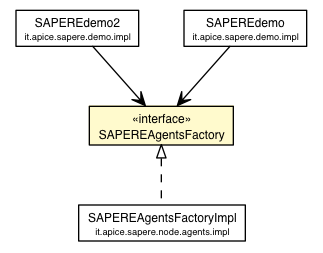
This is deployed-site/apidocs/it/apice/sapere/api/node/agents/SAPEREAgentsFactory.png from DanySK/Legacy-Contessi-Thesis-Semantic-Web-SAPERE, a Graphviz export, as it was before one commit. Its source is kept beside it as deployed-site/apidocs/it/apice/sapere/api/node/agents/SAPEREAgentsFactory.dot. The source it was exported from:
```dot

digraph G {
	edge [fontname="Helvetica",fontsize=10,labelfontname="Helvetica",labelfontsize=10];
	node [fontname="Helvetica",fontsize=10,shape=plaintext];
	c36608 [label=<<table border="0" cellborder="1" cellspacing="0" cellpadding="2" port="p" bgcolor="lemonChiffon" href="./SAPEREAgentsFactory.html">
		<tr><td><table border="0" cellspacing="0" cellpadding="1">
			<tr><td> &laquo;interface&raquo; </td></tr>
			<tr><td> SAPEREAgentsFactory </td></tr>
		</table></td></tr>
		</table>>, fontname="Helvetica", fontcolor="black", fontsize=9.0];
	c36725 [label=<<table border="0" cellborder="1" cellspacing="0" cellpadding="2" port="p" href="../../../node/agents/impl/SAPEREAgentsFactoryImpl.html">
		<tr><td><table border="0" cellspacing="0" cellpadding="1">
			<tr><td> SAPEREAgentsFactoryImpl </td></tr>
			<tr><td><font point-size="7.0"> it.apice.sapere.node.agents.impl </font></td></tr>
		</table></td></tr>
		</table>>, fontname="Helvetica", fontcolor="black", fontsize=9.0];
	c36753 [label=<<table border="0" cellborder="1" cellspacing="0" cellpadding="2" port="p" href="../../../demo/impl/SAPEREdemo2.html">
		<tr><td><table border="0" cellspacing="0" cellpadding="1">
			<tr><td> SAPEREdemo2 </td></tr>
			<tr><td><font point-size="7.0"> it.apice.sapere.demo.impl </font></td></tr>
		</table></td></tr>
		</table>>, fontname="Helvetica", fontcolor="black", fontsize=9.0];
	c36754 [label=<<table border="0" cellborder="1" cellspacing="0" cellpadding="2" port="p" href="../../../demo/impl/SAPEREdemo.html">
		<tr><td><table border="0" cellspacing="0" cellpadding="1">
			<tr><td> SAPEREdemo </td></tr>
			<tr><td><font point-size="7.0"> it.apice.sapere.demo.impl </font></td></tr>
		</table></td></tr>
		</table>>, fontname="Helvetica", fontcolor="black", fontsize=9.0];
	c36608:p -> c36725:p [dir=back,arrowtail=empty,style=dashed];
	c36753:p -> c36608:p [taillabel="", label="", headlabel="", fontname="Helvetica", fontcolor="black", fontsize=10.0, color="black", arrowhead=open];
	c36754:p -> c36608:p [taillabel="", label="", headlabel="", fontname="Helvetica", fontcolor="black", fontsize=10.0, color="black", arrowhead=open];
}
```
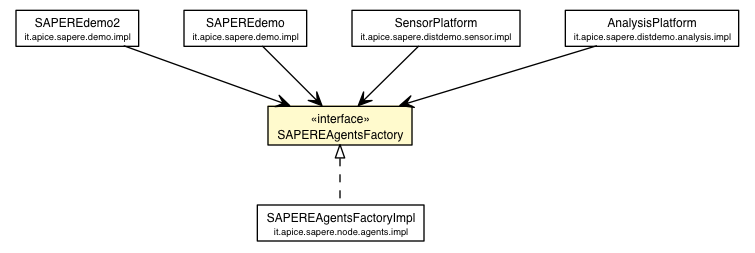
The same diagram one commit later.

Diff of the diagram source:
```diff
@@ -2,31 +2,45 @@
 digraph G {
 	edge [fontname="Helvetica",fontsize=10,labelfontname="Helvetica",labelfontsize=10];
 	node [fontname="Helvetica",fontsize=10,shape=plaintext];
-	c36608 [label=<<table border="0" cellborder="1" cellspacing="0" cellpadding="2" port="p" bgcolor="lemonChiffon" href="./SAPEREAgentsFactory.html">
+	c42126 [label=<<table border="0" cellborder="1" cellspacing="0" cellpadding="2" port="p" bgcolor="lemonChiffon" href="./SAPEREAgentsFactory.html">
 		<tr><td><table border="0" cellspacing="0" cellpadding="1">
 			<tr><td> &laquo;interface&raquo; </td></tr>
 			<tr><td> SAPEREAgentsFactory </td></tr>
 		</table></td></tr>
 		</table>>, fontname="Helvetica", fontcolor="black", fontsize=9.0];
-	c36725 [label=<<table border="0" cellborder="1" cellspacing="0" cellpadding="2" port="p" href="../../../node/agents/impl/SAPEREAgentsFactoryImpl.html">
+	c42243 [label=<<table border="0" cellborder="1" cellspacing="0" cellpadding="2" port="p" href="../../../node/agents/impl/SAPEREAgentsFactoryImpl.html">
 		<tr><td><table border="0" cellspacing="0" cellpadding="1">
 			<tr><td> SAPEREAgentsFactoryImpl </td></tr>
 			<tr><td><font point-size="7.0"> it.apice.sapere.node.agents.impl </font></td></tr>
 		</table></td></tr>
 		</table>>, fontname="Helvetica", fontcolor="black", fontsize=9.0];
-	c36753 [label=<<table border="0" cellborder="1" cellspacing="0" cellpadding="2" port="p" href="../../../demo/impl/SAPEREdemo2.html">
+	c42278 [label=<<table border="0" cellborder="1" cellspacing="0" cellpadding="2" port="p" href="../../../demo/impl/SAPEREdemo2.html">
 		<tr><td><table border="0" cellspacing="0" cellpadding="1">
 			<tr><td> SAPEREdemo2 </td></tr>
 			<tr><td><font point-size="7.0"> it.apice.sapere.demo.impl </font></td></tr>
 		</table></td></tr>
 		</table>>, fontname="Helvetica", fontcolor="black", fontsize=9.0];
-	c36754 [label=<<table border="0" cellborder="1" cellspacing="0" cellpadding="2" port="p" href="../../../demo/impl/SAPEREdemo.html">
+	c42279 [label=<<table border="0" cellborder="1" cellspacing="0" cellpadding="2" port="p" href="../../../demo/impl/SAPEREdemo.html">
 		<tr><td><table border="0" cellspacing="0" cellpadding="1">
 			<tr><td> SAPEREdemo </td></tr>
 			<tr><td><font point-size="7.0"> it.apice.sapere.demo.impl </font></td></tr>
 		</table></td></tr>
 		</table>>, fontname="Helvetica", fontcolor="black", fontsize=9.0];
-	c36608:p -> c36725:p [dir=back,arrowtail=empty,style=dashed];
-	c36753:p -> c36608:p [taillabel="", label="", headlabel="", fontname="Helvetica", fontcolor="black", fontsize=10.0, color="black", arrowhead=open];
-	c36754:p -> c36608:p [taillabel="", label="", headlabel="", fontname="Helvetica", fontcolor="black", fontsize=10.0, color="black", arrowhead=open];
+	c42289 [label=<<table border="0" cellborder="1" cellspacing="0" cellpadding="2" port="p" href="../../../distdemo/sensor/impl/SensorPlatform.html">
+		<tr><td><table border="0" cellspacing="0" cellpadding="1">
+			<tr><td> SensorPlatform </td></tr>
+			<tr><td><font point-size="7.0"> it.apice.sapere.distdemo.sensor.impl </font></td></tr>
+		</table></td></tr>
+		</table>>, fontname="Helvetica", fontcolor="black", fontsize=9.0];
+	c42294 [label=<<table border="0" cellborder="1" cellspacing="0" cellpadding="2" port="p" href="../../../distdemo/analysis/impl/AnalysisPlatform.html">
+		<tr><td><table border="0" cellspacing="0" cellpadding="1">
+			<tr><td> AnalysisPlatform </td></tr>
+			<tr><td><font point-size="7.0"> it.apice.sapere.distdemo.analysis.impl </font></td></tr>
+		</table></td></tr>
+		</table>>, fontname="Helvetica", fontcolor="black", fontsize=9.0];
+	c42126:p -> c42243:p [dir=back,arrowtail=empty,style=dashed];
+	c42278:p -> c42126:p [taillabel="", label="", headlabel="", fontname="Helvetica", fontcolor="black", fontsize=10.0, color="black", arrowhead=open];
+	c42279:p -> c42126:p [taillabel="", label="", headlabel="", fontname="Helvetica", fontcolor="black", fontsize=10.0, color="black", arrowhead=open];
+	c42289:p -> c42126:p [taillabel="", label="", headlabel="", fontname="Helvetica", fontcolor="black", fontsize=10.0, color="black", arrowhead=open];
+	c42294:p -> c42126:p [taillabel="", label="", headlabel="", fontname="Helvetica", fontcolor="black", fontsize=10.0, color="black", arrowhead=open];
 }
```
